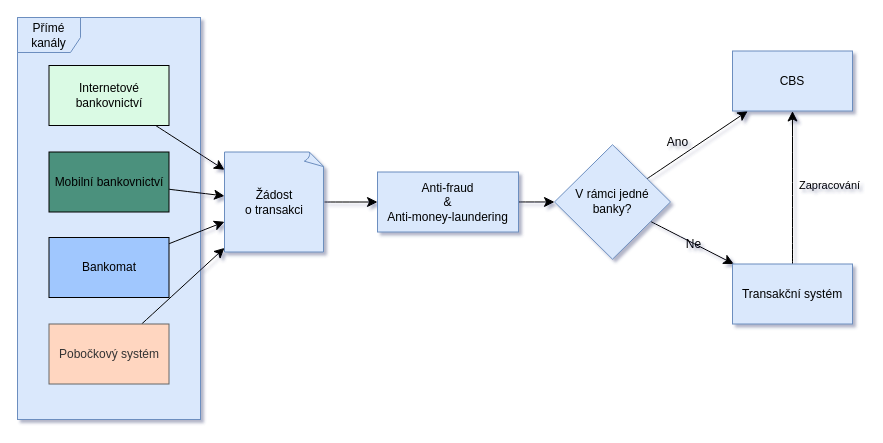
Above: page "Domain-final" (2 of 4) of pis-hw5.drawio in Finishxx/draw-io (draw.io), before the change. Source tidied: cells renumbered, new cells numbered last; positions are measured from the earlier drawing's top-left corner, leaving out a move shared by most shapes. Both pictures are drawn from the tidied source at 100%, with x=0, y=0 at pixel (17, 17).
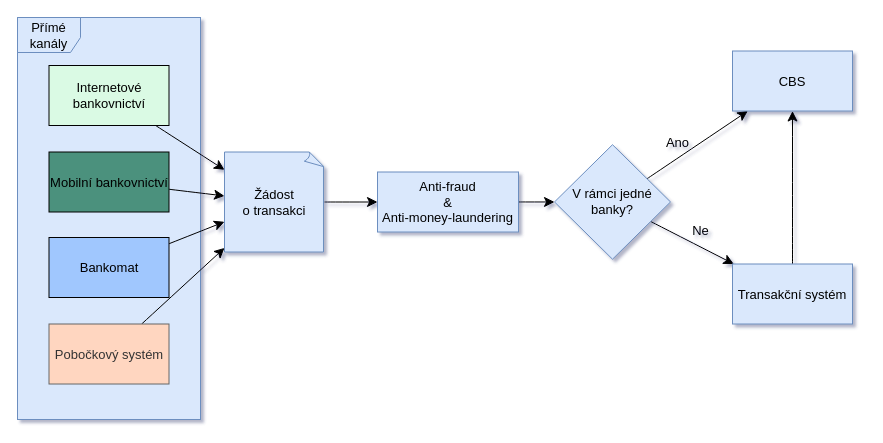
The same diagram, later.

What changed in the source:
```diff
@@
-    <mxCell id="2" style="group;" parent="1" vertex="1">
+    <mxCell id="2" style="group;fontSize=13;" parent="1" vertex="1">
       <mxGeometry width="183" height="402" as="geometry" />
     </mxCell>
-    <mxCell id="3" style="rounded=0;whiteSpace=wrap;html=1;fillColor=#dae8fc;strokeColor=#6c8ebf;" parent="2" vertex="1">
+    <mxCell id="3" style="rounded=0;whiteSpace=wrap;html=1;fillColor=#dae8fc;strokeColor=#6c8ebf;fontSize=13;" parent="2" vertex="1">
       <mxGeometry width="183" height="402" as="geometry" />
     </mxCell>
-    <mxCell id="4" value="Přímé kanály" style="shape=umlFrame;whiteSpace=wrap;html=1;width=63;height=35;fillColor=#dae8fc;strokeColor=#6c8ebf;" parent="2" vertex="1">
+    <mxCell id="4" value="Přímé kanály" style="shape=umlFrame;whiteSpace=wrap;html=1;width=63;height=35;fillColor=#dae8fc;strokeColor=#6c8ebf;fontSize=13;" parent="2" vertex="1">
       <mxGeometry width="183" height="402" as="geometry" />
     </mxCell>
-    <mxCell id="5" style="edgeStyle=none;curved=1;rounded=0;jettySize=auto;html=1;fontSize=12;startSize=8;endSize=8;" parent="1" edge="1" source="6" target="14">
+    <mxCell id="5" style="edgeStyle=none;curved=1;rounded=0;jettySize=auto;html=1;fontSize=13;startSize=8;endSize=8;" parent="1" edge="1" source="6" target="14">
       <mxGeometry relative="1" as="geometry" />
     </mxCell>
-    <mxCell id="6" value="Internetové bankovnictví" style="rounded=0;whiteSpace=wrap;html=1;fillColor=#DAFAE4;" parent="1" vertex="1">
+    <mxCell id="6" value="Internetové bankovnictví" style="rounded=0;whiteSpace=wrap;html=1;fillColor=#DAFAE4;fontSize=13;" parent="1" vertex="1">
       <mxGeometry x="31.5" y="48" width="120" height="60" as="geometry" />
     </mxCell>
-    <mxCell id="7" style="edgeStyle=none;curved=1;rounded=0;jettySize=auto;html=1;fontSize=12;startSize=8;endSize=8;" parent="1" edge="1" source="8" target="14">
+    <mxCell id="7" style="edgeStyle=none;curved=1;rounded=0;jettySize=auto;html=1;fontSize=13;startSize=8;endSize=8;" parent="1" edge="1" source="8" target="14">
       <mxGeometry relative="1" as="geometry" />
     </mxCell>
-    <mxCell id="8" value="Mobilní bankovnictví" style="rounded=0;whiteSpace=wrap;html=1;fillColor=#4B917D;" parent="1" vertex="1">
+    <mxCell id="8" value="Mobilní bankovnictví" style="rounded=0;whiteSpace=wrap;html=1;fillColor=#4B917D;fontSize=13;" parent="1" vertex="1">
       <mxGeometry x="31.5" y="134.5" width="120" height="60" as="geometry" />
     </mxCell>
-    <mxCell id="9" style="edgeStyle=none;curved=1;rounded=0;jettySize=auto;html=1;fontSize=12;startSize=8;endSize=8;" parent="1" edge="1" source="10" target="14">
+    <mxCell id="9" style="edgeStyle=none;curved=1;rounded=0;jettySize=auto;html=1;fontSize=13;startSize=8;endSize=8;" parent="1" edge="1" source="10" target="14">
       <mxGeometry relative="1" as="geometry" />
     </mxCell>
-    <mxCell id="10" value="Bankomat" style="rounded=0;whiteSpace=wrap;html=1;fillColor=#A0C7FE;" parent="1" vertex="1">
+    <mxCell id="10" value="Bankomat" style="rounded=0;whiteSpace=wrap;html=1;fillColor=#A0C7FE;fontSize=13;" parent="1" vertex="1">
       <mxGeometry x="31.5" y="220" width="120" height="60" as="geometry" />
     </mxCell>
-    <mxCell id="11" style="edgeStyle=none;curved=1;rounded=0;jettySize=auto;html=1;fontSize=12;startSize=8;endSize=8;" parent="1" edge="1" source="12" target="14">
+    <mxCell id="11" style="edgeStyle=none;curved=1;rounded=0;jettySize=auto;html=1;fontSize=13;startSize=8;endSize=8;" parent="1" edge="1" source="12" target="14">
       <mxGeometry relative="1" as="geometry" />
     </mxCell>
-    <mxCell id="12" value="Pobočkový systém" style="rounded=0;whiteSpace=wrap;html=1;fillColor=#FFD6C0;fontColor=#333333;strokeColor=#666666;" parent="1" vertex="1">
+    <mxCell id="12" value="Pobočkový systém" style="rounded=0;whiteSpace=wrap;html=1;fillColor=#FFD6C0;fontColor=#333333;strokeColor=#666666;fontSize=13;" parent="1" vertex="1">
       <mxGeometry x="31.5" y="306.5" width="120" height="60" as="geometry" />
     </mxCell>
-    <mxCell id="13" style="edgeStyle=none;curved=1;rounded=0;jettySize=auto;html=1;fontSize=12;startSize=8;endSize=8;" parent="1" edge="1" source="14" target="16">
+    <mxCell id="13" style="edgeStyle=none;curved=1;rounded=0;jettySize=auto;html=1;fontSize=13;startSize=8;endSize=8;" parent="1" edge="1" source="14" target="16">
       <mxGeometry relative="1" as="geometry" />
     </mxCell>
-    <mxCell id="14" value="&lt;div&gt;Žádost&lt;/div&gt;&lt;div&gt;o transakci&lt;/div&gt;" style="whiteSpace=wrap;html=1;shape=mxgraph.basic.document;fillColor=#dae8fc;strokeColor=#6c8ebf;" parent="1" vertex="1">
+    <mxCell id="14" value="&lt;div&gt;Žádost&lt;/div&gt;&lt;div&gt;o transakci&lt;/div&gt;" style="whiteSpace=wrap;html=1;shape=mxgraph.basic.document;fillColor=#dae8fc;strokeColor=#6c8ebf;fontSize=13;" parent="1" vertex="1">
       <mxGeometry x="207" y="134.5" width="100" height="100" as="geometry" />
     </mxCell>
-    <mxCell id="15" style="edgeStyle=none;curved=1;rounded=0;jettySize=auto;html=1;fontSize=12;startSize=8;endSize=8;" parent="1" edge="1" source="16" target="21">
+    <mxCell id="15" style="edgeStyle=none;curved=1;rounded=0;jettySize=auto;html=1;fontSize=13;startSize=8;endSize=8;" parent="1" edge="1" source="16" target="21">
       <mxGeometry relative="1" as="geometry" />
     </mxCell>
-    <mxCell id="16" value="&lt;div&gt;Anti-fraud&lt;/div&gt;&lt;div&gt;&amp;amp;&lt;/div&gt;&lt;div&gt;Anti-money-laundering&lt;/div&gt;" style="rounded=0;whiteSpace=wrap;html=1;fillColor=#dae8fc;strokeColor=#6c8ebf;" parent="1" vertex="1">
+    <mxCell id="16" value="&lt;div&gt;Anti-fraud&lt;/div&gt;&lt;div&gt;&amp;amp;&lt;/div&gt;&lt;div&gt;Anti-money-laundering&lt;/div&gt;" style="rounded=0;whiteSpace=wrap;html=1;fillColor=#dae8fc;strokeColor=#6c8ebf;fontSize=13;" parent="1" vertex="1">
       <mxGeometry x="360" y="154.5" width="141" height="60" as="geometry" />
     </mxCell>
-    <mxCell id="17" style="edgeStyle=none;curved=1;rounded=0;jettySize=auto;html=1;fontSize=12;startSize=8;endSize=8;" parent="1" edge="1" source="21" target="25">
+    <mxCell id="17" style="edgeStyle=none;curved=1;rounded=0;jettySize=auto;html=1;fontSize=13;startSize=8;endSize=8;" parent="1" edge="1" source="21" target="25">
       <mxGeometry relative="1" as="geometry" />
     </mxCell>
-    <mxCell id="18" value="Ne" style="edgeLabel;html=1;align=center;verticalAlign=middle;fontSize=12;labelBackgroundColor=none;" parent="17" vertex="1">
-      <mxGeometry x="0.02" y="-1" relative="1" as="geometry" />
+    <mxCell id="18" value="Ne" style="edgeLabel;html=1;align=center;verticalAlign=middle;fontSize=13;labelBackgroundColor=none;" parent="17" vertex="1">
+      <mxGeometry x="0.02" y="-1" relative="1" as="geometry">
+        <mxPoint x="7" y="-14" as="offset" />
+      </mxGeometry>
     </mxCell>
-    <mxCell id="19" style="edgeStyle=none;curved=1;rounded=0;jettySize=auto;html=1;fontSize=12;startSize=8;endSize=8;" parent="1" edge="1" source="21" target="22">
+    <mxCell id="19" style="edgeStyle=none;curved=1;rounded=0;jettySize=auto;html=1;fontSize=13;startSize=8;endSize=8;" parent="1" edge="1" source="21" target="22">
       <mxGeometry relative="1" as="geometry" />
     </mxCell>
-    <mxCell id="20" value="Ano" style="edgeLabel;html=1;align=center;verticalAlign=middle;fontSize=12;labelBackgroundColor=none;" parent="19" vertex="1">
+    <mxCell id="20" value="Ano" style="edgeLabel;html=1;align=center;verticalAlign=middle;fontSize=13;labelBackgroundColor=none;" parent="19" vertex="1">
       <mxGeometry x="-0.18" y="-1" relative="1" as="geometry">
         <mxPoint x="-12" y="-10" as="offset" />
       </mxGeometry>
     </mxCell>
-    <mxCell id="21" value="V rámci jedné banky?" style="rhombus;whiteSpace=wrap;html=1;fillColor=#dae8fc;strokeColor=#6c8ebf;" parent="1" vertex="1">
+    <mxCell id="21" value="V rámci jedné banky?" style="rhombus;whiteSpace=wrap;html=1;fillColor=#dae8fc;strokeColor=#6c8ebf;fontSize=13;" parent="1" vertex="1">
       <mxGeometry x="537" y="127.2" width="116" height="114.5" as="geometry" />
     </mxCell>
-    <mxCell id="22" value="CBS" style="rounded=0;whiteSpace=wrap;html=1;fillColor=#dae8fc;strokeColor=#6c8ebf;" parent="1" vertex="1">
+    <mxCell id="22" value="CBS" style="rounded=0;whiteSpace=wrap;html=1;fillColor=#dae8fc;strokeColor=#6c8ebf;fontSize=13;" parent="1" vertex="1">
       <mxGeometry x="715" y="33.5" width="120" height="60" as="geometry" />
     </mxCell>
-    <mxCell id="23" style="edgeStyle=none;curved=1;rounded=0;jettySize=auto;html=1;fontSize=12;startSize=8;endSize=8;" parent="1" edge="1" source="25" target="22">
+    <mxCell id="23" style="edgeStyle=none;curved=1;rounded=0;jettySize=auto;html=1;fontSize=13;startSize=8;endSize=8;" parent="1" edge="1" source="25" target="22">
       <mxGeometry relative="1" as="geometry" />
     </mxCell>
-    <mxCell id="24" value="&lt;div&gt;Zapracování&lt;/div&gt;" style="edgeLabel;html=1;align=center;verticalAlign=middle;labelBackgroundColor=none;" parent="23" vertex="1">
-      <mxGeometry x="0.08" relative="1" as="geometry">
-        <mxPoint x="36" y="4" as="offset" />
-      </mxGeometry>
-    </mxCell>
-    <mxCell id="25" value="Transakční systém" style="rounded=0;whiteSpace=wrap;html=1;fillColor=#dae8fc;strokeColor=#6c8ebf;" parent="1" vertex="1">
+    <mxCell id="25" value="Transakční systém" style="rounded=0;whiteSpace=wrap;html=1;fillColor=#dae8fc;strokeColor=#6c8ebf;fontSize=13;" parent="1" vertex="1">
       <mxGeometry x="715" y="246.5" width="120" height="60" as="geometry" />
     </mxCell>
```
